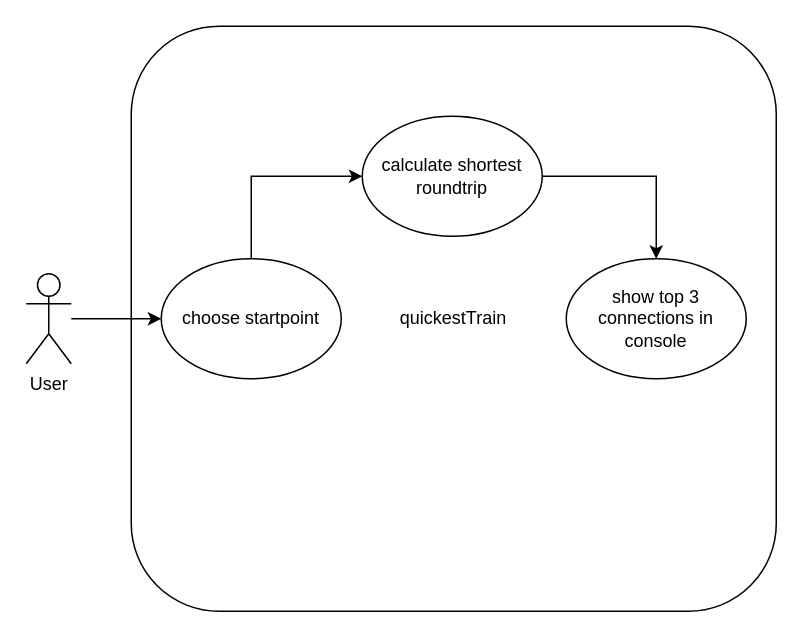
Before: UML/use case.drawio in blauWhale/quickestTrain, a draw.io diagram. Source tidied: cells renumbered, new cells numbered last; positions are measured from the earlier drawing's top-left corner, leaving out a move shared by most shapes. Both pictures are drawn from the tidied source at 150%, with x=0, y=0 at pixel (26, 26).
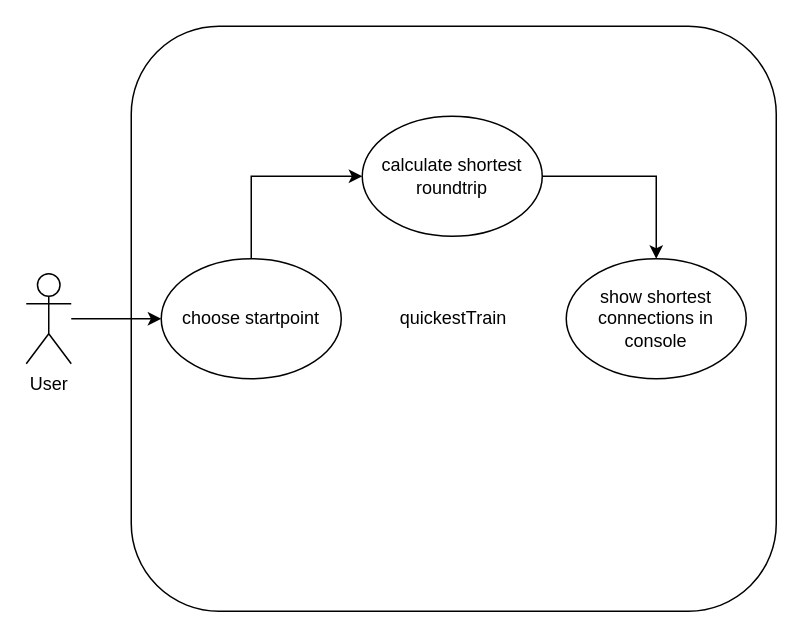
Above is the later version.

Commit message (it also covers changes not shown here):
new use case

Diff of the diagram source:
```diff
@@
 <mxGraphModel>
   <root>
     <mxCell id="0" />
     <mxCell id="1" parent="0" />
     <mxCell id="2" value="quickestTrain" style="rounded=1;whiteSpace=wrap;html=1;fillColor=default;strokeColor=default;fontColor=default;" parent="1" vertex="1">
       <mxGeometry x="70" width="430" height="390" as="geometry" />
     </mxCell>
     <mxCell id="3" style="edgeStyle=orthogonalEdgeStyle;rounded=0;jettySize=auto;html=1;labelBackgroundColor=default;fontColor=default;strokeColor=default;entryX=0;entryY=0.5;entryDx=0;entryDy=0;" parent="1" edge="1" source="4" target="6">
       <mxGeometry relative="1" as="geometry" />
     </mxCell>
     <mxCell id="4" value="User" style="shape=umlActor;html=1;verticalLabelPosition=bottom;verticalAlign=top;align=center;fontColor=default;strokeColor=default;fillColor=default;" parent="1" vertex="1">
       <mxGeometry y="165" width="30" height="60" as="geometry" />
     </mxCell>
     <mxCell id="5" style="edgeStyle=orthogonalEdgeStyle;rounded=0;jettySize=auto;html=1;labelBackgroundColor=default;fontColor=default;strokeColor=default;entryX=0;entryY=0.5;entryDx=0;entryDy=0;" parent="1" edge="1" source="6" target="8">
       <mxGeometry relative="1" as="geometry">
         <Array as="points">
           <mxPoint x="150" y="100" />
         </Array>
       </mxGeometry>
     </mxCell>
     <mxCell id="6" value="choose startpoint" style="ellipse;whiteSpace=wrap;html=1;fontColor=default;strokeColor=default;fillColor=default;" parent="1" vertex="1">
       <mxGeometry x="90" y="155" width="120" height="80" as="geometry" />
     </mxCell>
     <mxCell id="7" style="edgeStyle=orthogonalEdgeStyle;rounded=0;jettySize=auto;html=1;labelBackgroundColor=default;fontColor=default;strokeColor=default;" parent="1" edge="1" source="8" target="9">
       <mxGeometry relative="1" as="geometry" />
     </mxCell>
     <mxCell id="8" value="calculate shortest roundtrip" style="ellipse;whiteSpace=wrap;html=1;fontColor=default;strokeColor=default;fillColor=default;" parent="1" vertex="1">
       <mxGeometry x="224" y="60" width="120" height="80" as="geometry" />
     </mxCell>
-    <mxCell id="9" value="show top 3 connections in console" style="ellipse;whiteSpace=wrap;html=1;fontColor=default;strokeColor=default;fillColor=default;" parent="1" vertex="1">
+    <mxCell id="9" value="show shortest connections in console" style="ellipse;whiteSpace=wrap;html=1;fontColor=default;strokeColor=default;fillColor=default;" parent="1" vertex="1">
       <mxGeometry x="360" y="155" width="120" height="80" as="geometry" />
     </mxCell>
   </root>
 </mxGraphModel>
```
